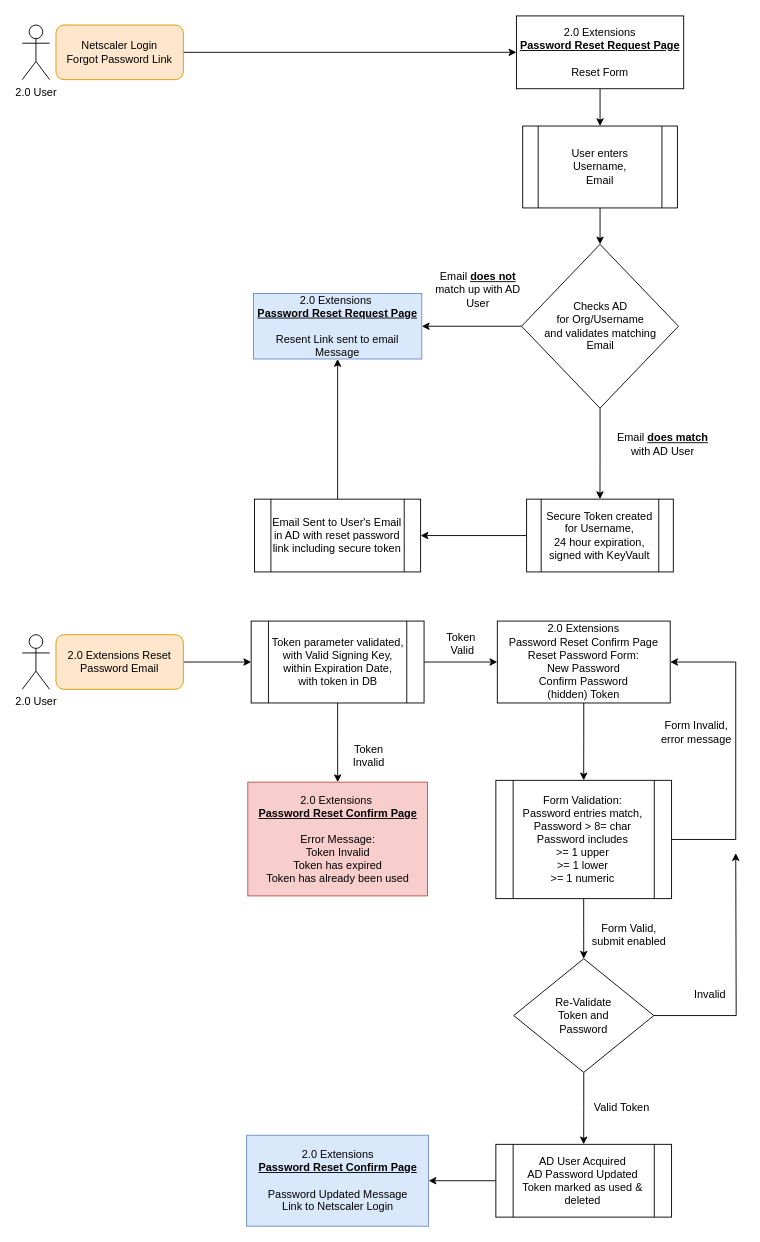
Before: ResetPassword_Workflow.drawio in rgmoore/drawio, a draw.io diagram. Source tidied: cells renumbered, new cells numbered last; positions are measured from the earlier drawing's top-left corner, leaving out a move shared by most shapes. Both pictures are drawn from the tidied source at 91%, with x=0, y=0 at pixel (22, 15).
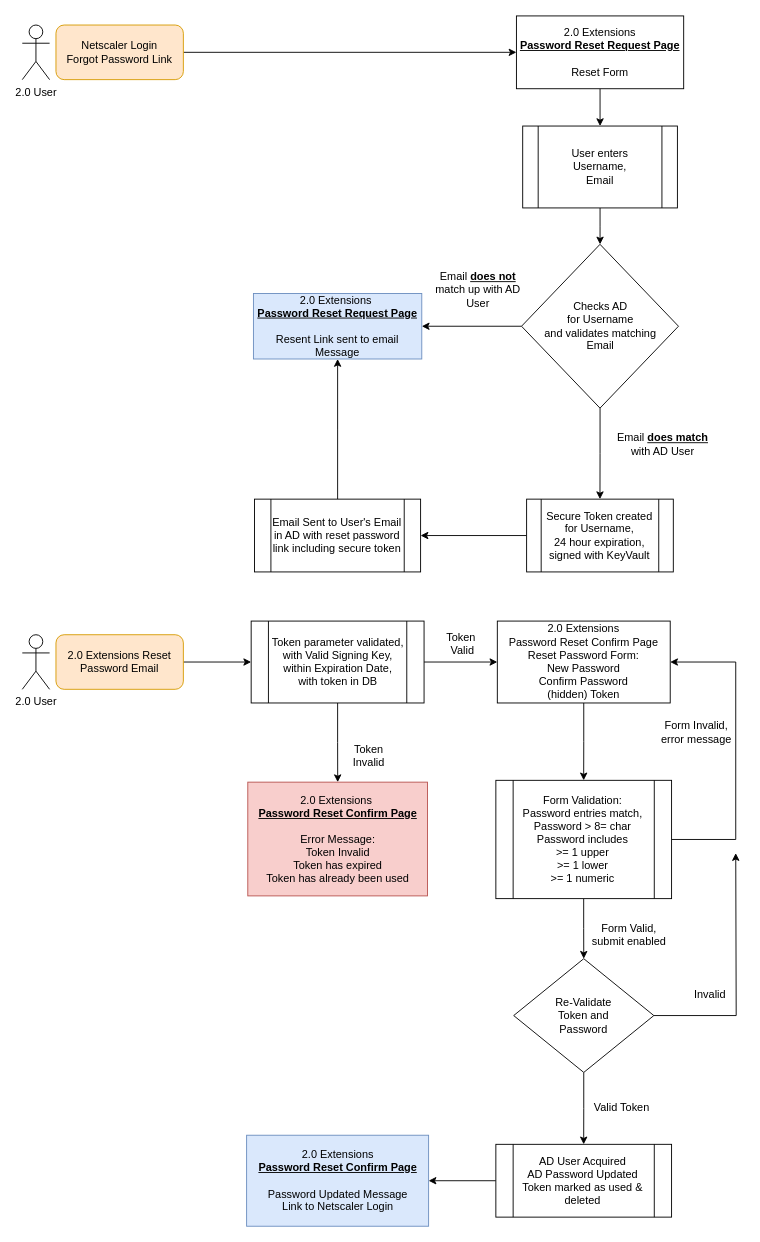
After the change.

What changed in the source:
```diff
@@
-    <mxCell id="10" value="Checks AD &lt;br&gt;for Org/Username &lt;br&gt;and validates matching&lt;br&gt;Email" style="rhombus;whiteSpace=wrap;html=1;" parent="1" vertex="1">
+    <mxCell id="10" value="Checks AD &lt;br&gt;for Username &lt;br&gt;and validates matching&lt;br&gt;Email" style="rhombus;whiteSpace=wrap;html=1;" parent="1" vertex="1">
       <mxGeometry x="548.6" y="251" width="172.5" height="180" as="geometry" />
     </mxCell>
```
